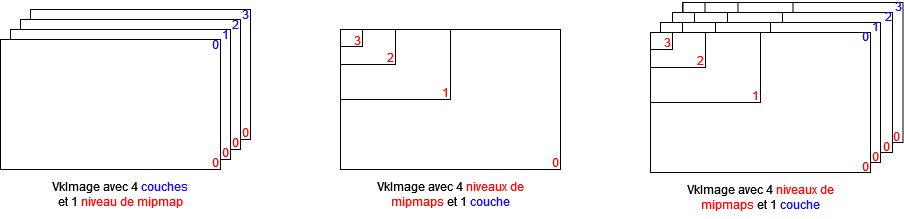
ZaOniRinku/TutorielVulkanFR keeps this draw.io diagram as partie1/images/vkimage.png. Above is the earlier version. Source tidied: cells renumbered, new cells last; positions are measured from the earlier drawing's top-left corner, leaving out a move shared by most shapes.
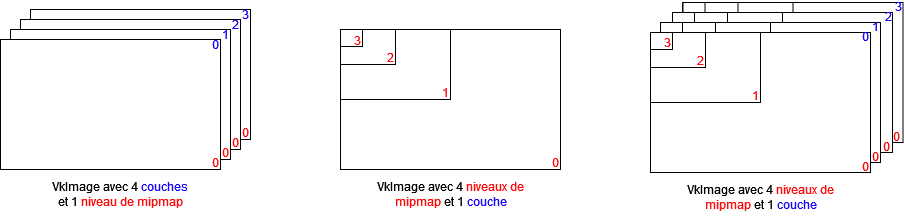
After the change.

What changed in the source:
```diff
@@ -92,7 +92,7 @@
     <mxCell id="31" style="rounded=0;whiteSpace=wrap;html=1;" parent="1" vertex="1">
       <mxGeometry x="340" y="27" width="22" height="17" as="geometry" />
     </mxCell>
-    <mxCell id="32" value="VkImage avec 4 &lt;font color=&quot;#FF0808&quot;&gt;niveaux de mipmaps&lt;/font&gt; et 1 &lt;font color=&quot;#1808FF&quot;&gt;couche&lt;/font&gt;" style="text;html=1;strokeColor=none;fillColor=none;align=center;verticalAlign=middle;whiteSpace=wrap;rounded=0;" parent="1" vertex="1">
+    <mxCell id="32" value="VkImage avec 4 &lt;font color=&quot;#FF0808&quot;&gt;niveaux de mipmap&lt;/font&gt; et 1 &lt;font color=&quot;#1808FF&quot;&gt;couche&lt;/font&gt;" style="text;html=1;strokeColor=none;fillColor=none;align=center;verticalAlign=middle;whiteSpace=wrap;rounded=0;" parent="1" vertex="1">
       <mxGeometry x="372.5" y="172" width="155" height="40" as="geometry" />
     </mxCell>
     <mxCell id="33" value="&lt;font color=&quot;#FF0808&quot;&gt;0&lt;/font&gt;" style="text;html=1;align=center;verticalAlign=middle;whiteSpace=wrap;rounded=0;" parent="1" vertex="1">
@@ -125,7 +125,7 @@
     <mxCell id="42" style="rounded=0;whiteSpace=wrap;html=1;" parent="1" vertex="1">
       <mxGeometry x="650" y="30" width="22" height="17" as="geometry" />
     </mxCell>
-    <mxCell id="43" value="VkImage avec 4 &lt;font color=&quot;#FF0808&quot;&gt;niveaux de mipmaps&lt;/font&gt; et 1 &lt;font color=&quot;#1808FF&quot;&gt;couche&lt;/font&gt;" style="text;html=1;strokeColor=none;fillColor=none;align=center;verticalAlign=middle;whiteSpace=wrap;rounded=0;" parent="1" vertex="1">
+    <mxCell id="43" value="VkImage avec 4 &lt;font color=&quot;#FF0808&quot;&gt;niveaux de mipmap&lt;/font&gt; et 1 &lt;font color=&quot;#1808FF&quot;&gt;couche&lt;/font&gt;" style="text;html=1;strokeColor=none;fillColor=none;align=center;verticalAlign=middle;whiteSpace=wrap;rounded=0;" parent="1" vertex="1">
       <mxGeometry x="682.5" y="175" width="155" height="40" as="geometry" />
     </mxCell>
     <mxCell id="44" value="&lt;font color=&quot;#FF0808&quot;&gt;0&lt;/font&gt;" style="text;html=1;strokeColor=none;fillColor=none;align=center;verticalAlign=middle;whiteSpace=wrap;rounded=0;" parent="1" vertex="1">
```
